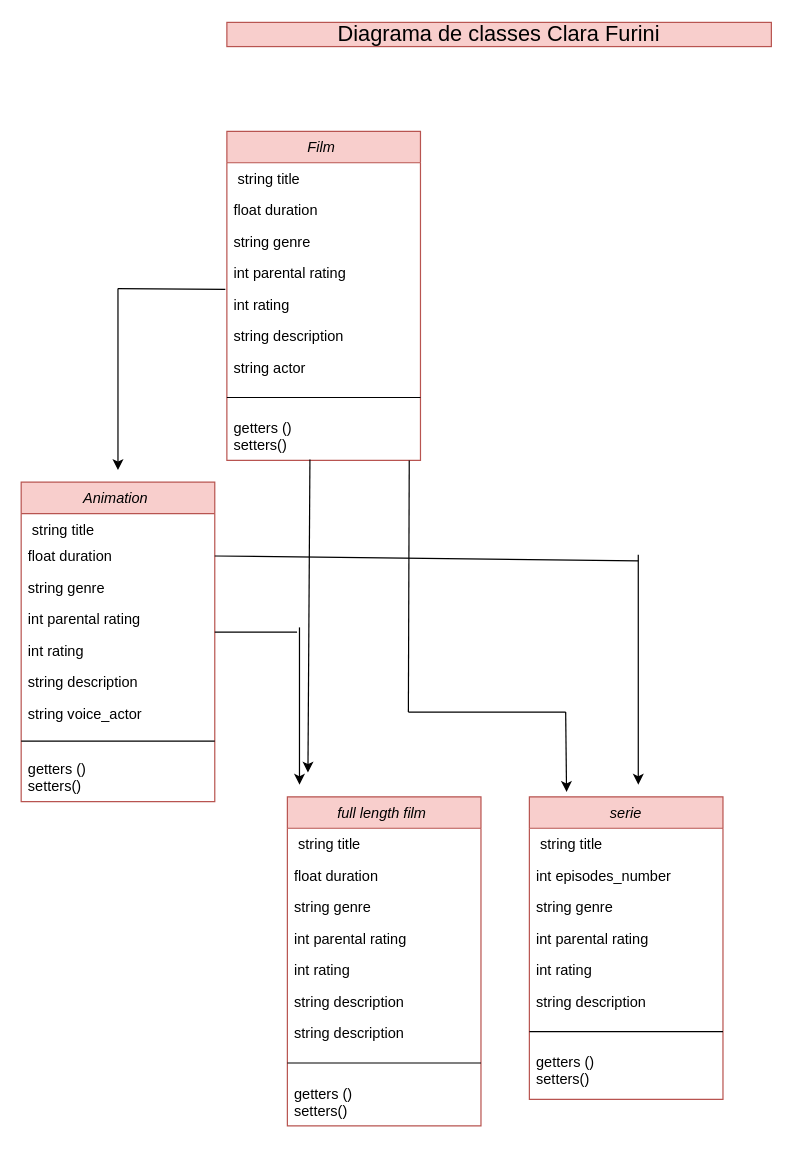
This is Film Object Orientation Diagram.drawio from ClaraFurini/Objec_Orientation, a draw.io file, before an edit. Source tidied: cells renumbered, new cells numbered last; positions are measured from the earlier drawing's top-left corner, leaving out a move shared by most shapes. Both pictures are drawn from the tidied source at 121%, with x=0, y=0 at pixel (21, 22).
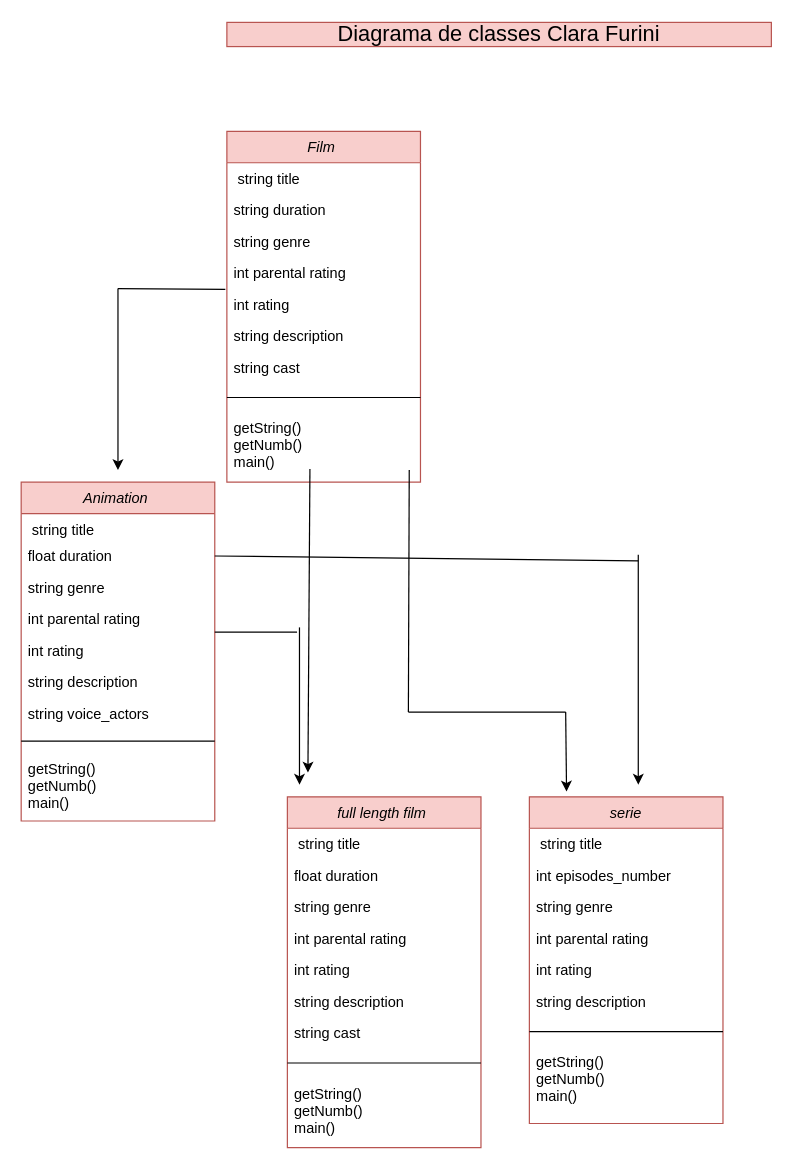
After the change.

What changed in the source:
```diff
@@
     <mxCell id="2" value="Film " style="swimlane;fontStyle=2;align=center;verticalAlign=top;horizontal=1;startSize=26;rounded=0;shadow=0;strokeWidth=1;fillColor=#f8cecc;strokeColor=#b85450;" parent="1" vertex="1">
-      <mxGeometry x="170" y="90" width="160" height="272" as="geometry" />
+      <mxGeometry x="170" y="90" width="160" height="290" as="geometry" />
     </mxCell>
@@
-    <mxCell id="4" value="float duration" style="text;align=left;verticalAlign=top;spacingLeft=4;spacingRight=4;overflow=hidden;rounded=0;shadow=0;html=0;" parent="2" vertex="1">
+    <mxCell id="4" value="string duration" style="text;align=left;verticalAlign=top;spacingLeft=4;spacingRight=4;overflow=hidden;rounded=0;shadow=0;html=0;" parent="2" vertex="1">
       <mxGeometry y="52" width="160" height="26" as="geometry" />
     </mxCell>
@@
-    <mxCell id="9" value="string actor" style="text;align=left;verticalAlign=top;spacingLeft=4;spacingRight=4;overflow=hidden;rounded=0;shadow=0;html=0;" parent="2" vertex="1">
+    <mxCell id="9" value="string cast" style="text;align=left;verticalAlign=top;spacingLeft=4;spacingRight=4;overflow=hidden;rounded=0;shadow=0;html=0;" parent="2" vertex="1">
       <mxGeometry y="182" width="160" height="26" as="geometry" />
     </mxCell>
@@
-    <mxCell id="11" value="getters ()&#10;setters()" style="text;align=left;verticalAlign=top;spacingLeft=4;spacingRight=4;overflow=hidden;points=[[0,0.5],[1,0.5]];portConstraint=eastwest;" parent="2" vertex="1">
-      <mxGeometry y="232" width="160" height="40" as="geometry" />
+    <mxCell id="11" value="getString()&#10;getNumb()&#10;main()&#10;" style="text;align=left;verticalAlign=top;spacingLeft=4;spacingRight=4;overflow=hidden;points=[[0,0.5],[1,0.5]];portConstraint=eastwest;" parent="2" vertex="1">
+      <mxGeometry y="232" width="160" height="48" as="geometry" />
     </mxCell>
@@
     <mxCell id="13" value="Animation " style="swimlane;fontStyle=2;align=center;verticalAlign=top;horizontal=1;startSize=26;rounded=0;shadow=0;strokeWidth=1;fillColor=#f8cecc;strokeColor=#b85450;" parent="1" vertex="1">
-      <mxGeometry y="380" width="160" height="264" as="geometry" />
+      <mxGeometry y="380" width="160" height="280" as="geometry" />
     </mxCell>
@@
-    <mxCell id="20" value="string voice_actor" style="text;align=left;verticalAlign=top;spacingLeft=4;spacingRight=4;overflow=hidden;rounded=0;shadow=0;html=0;" parent="13" vertex="1">
+    <mxCell id="20" value="string voice_actors" style="text;align=left;verticalAlign=top;spacingLeft=4;spacingRight=4;overflow=hidden;rounded=0;shadow=0;html=0;" parent="13" vertex="1">
       <mxGeometry y="178" width="160" height="26" as="geometry" />
     </mxCell>
@@
-    <mxCell id="22" value="getters ()&#10;setters()" style="text;align=left;verticalAlign=top;spacingLeft=4;spacingRight=4;overflow=hidden;" parent="13" vertex="1">
-      <mxGeometry y="224" width="160" height="40" as="geometry" />
+    <mxCell id="22" value="getString()&#10;getNumb()&#10;main()&#10;" style="text;align=left;verticalAlign=top;spacingLeft=4;spacingRight=4;overflow=hidden;" parent="13" vertex="1">
+      <mxGeometry y="224" width="160" height="56" as="geometry" />
     </mxCell>
     <mxCell id="23" value="full length film " style="swimlane;fontStyle=2;align=center;verticalAlign=top;horizontal=1;startSize=26;rounded=0;shadow=0;strokeWidth=1;fillColor=#f8cecc;strokeColor=#b85450;" parent="1" vertex="1">
-      <mxGeometry x="220" y="640" width="160" height="272" as="geometry" />
+      <mxGeometry x="220" y="640" width="160" height="290" as="geometry" />
     </mxCell>
@@
-    <mxCell id="30" value="string description" style="text;align=left;verticalAlign=top;spacingLeft=4;spacingRight=4;overflow=hidden;rounded=0;shadow=0;html=0;" parent="23" vertex="1">
+    <mxCell id="30" value="string cast" style="text;align=left;verticalAlign=top;spacingLeft=4;spacingRight=4;overflow=hidden;rounded=0;shadow=0;html=0;" parent="23" vertex="1">
       <mxGeometry y="182" width="160" height="26" as="geometry" />
     </mxCell>
@@
-    <mxCell id="32" value="getters ()&#10;setters()" style="text;align=left;verticalAlign=top;spacingLeft=4;spacingRight=4;overflow=hidden;" parent="23" vertex="1">
-      <mxGeometry y="232" width="160" height="40" as="geometry" />
+    <mxCell id="32" value="getString()&#10;getNumb()&#10;main()&#10;" style="text;align=left;verticalAlign=top;spacingLeft=4;spacingRight=4;overflow=hidden;" parent="23" vertex="1">
+      <mxGeometry y="232" width="160" height="48" as="geometry" />
     </mxCell>
     <mxCell id="33" value="serie" style="swimlane;fontStyle=2;align=center;verticalAlign=top;horizontal=1;startSize=26;rounded=0;shadow=0;strokeWidth=1;fillColor=#f8cecc;strokeColor=#b85450;" parent="1" vertex="1">
-      <mxGeometry x="420" y="640" width="160" height="250" as="geometry" />
+      <mxGeometry x="420" y="640" width="160" height="270" as="geometry" />
     </mxCell>
@@
-    <mxCell id="41" value="getters ()&#10;setters()" style="text;align=left;verticalAlign=top;spacingLeft=4;spacingRight=4;overflow=hidden;" parent="33" vertex="1">
-      <mxGeometry y="206" width="160" height="40" as="geometry" />
+    <mxCell id="41" value="getString()&#10;getNumb()&#10;main()&#10;" style="text;align=left;verticalAlign=top;spacingLeft=4;spacingRight=4;overflow=hidden;" parent="33" vertex="1">
+      <mxGeometry y="206" width="160" height="54" as="geometry" />
     </mxCell>
```
